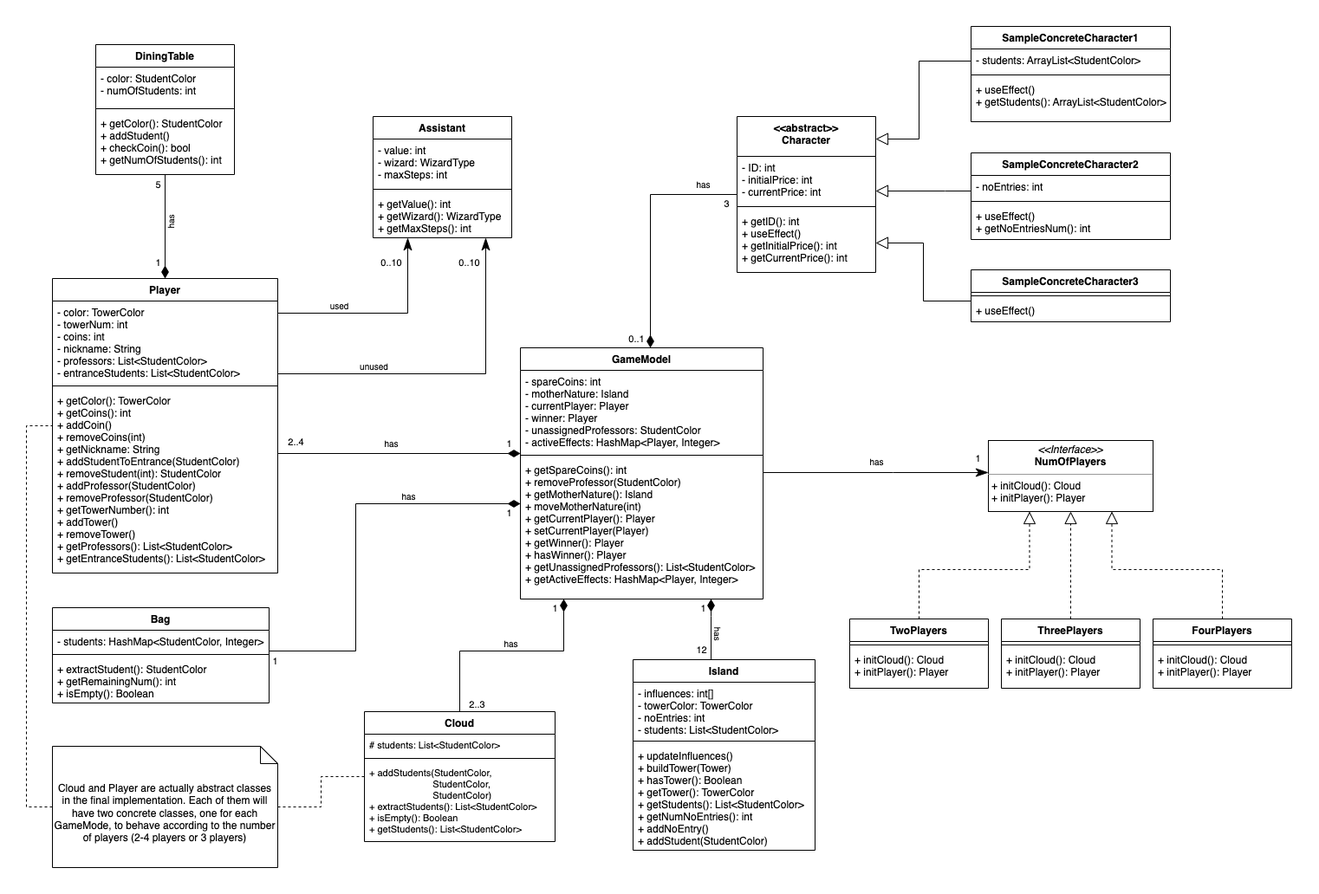
Earlier version of the draw.io export deliveries/initial_uml.png (Dodo0303/ing-sw-2022-Liu-Nobile-Paloscia). Source tidied: cells renumbered, new cells last; positions are measured from the earlier drawing's top-left corner, leaving out a move shared by most shapes.
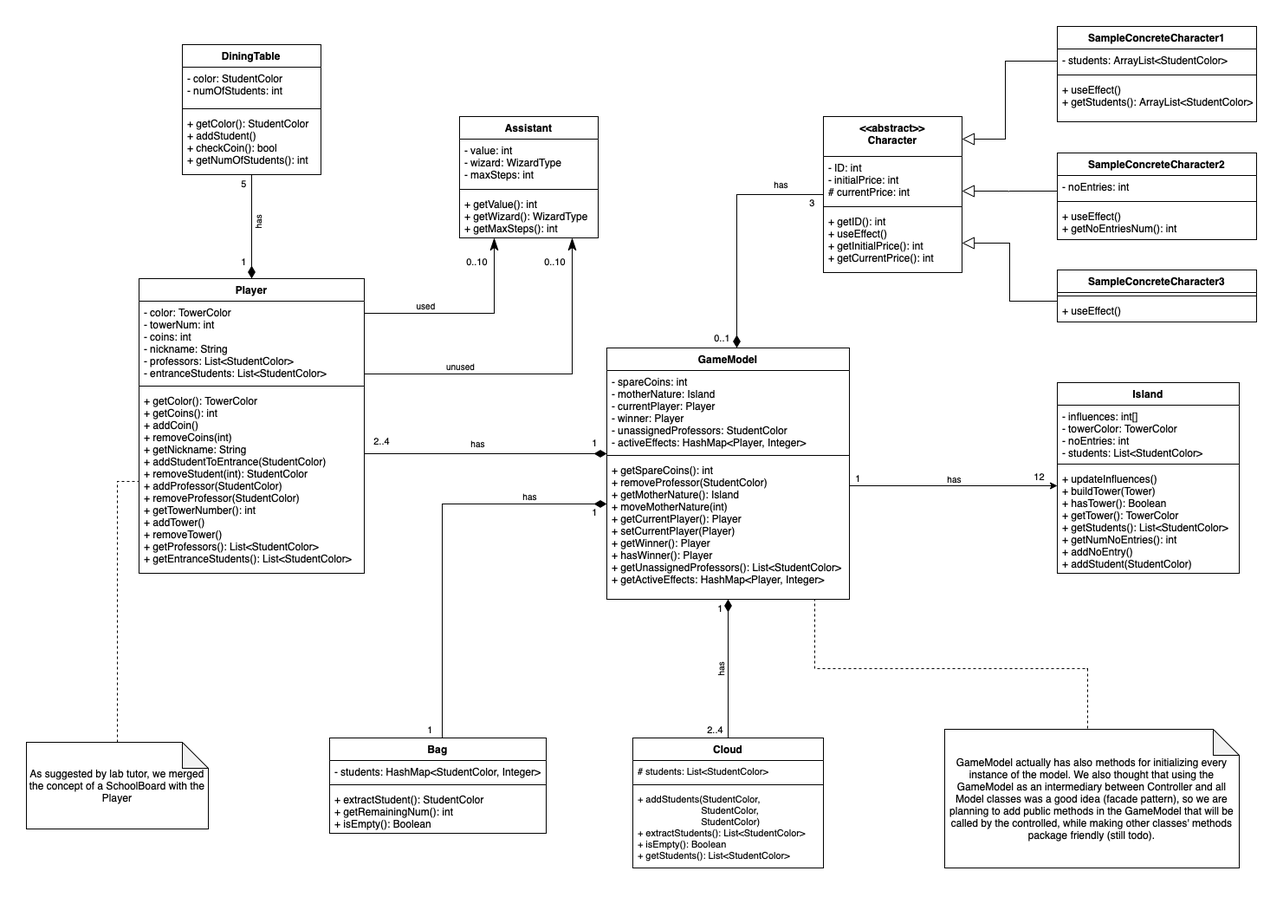
The same diagram one commit later.

Commit message:
Model UML updated to match the peer reviewed one.

The edit, as a diff of the source:
```diff
@@ -2,14 +2,6 @@
   <root>
     <mxCell id="0" />
     <mxCell id="1" parent="0" />
-    <mxCell id="2" style="edgeStyle=orthogonalEdgeStyle;rounded=0;jettySize=auto;html=1;fontSize=10;endArrow=classicThin;endFill=1;endSize=12;" parent="1" edge="1" source="3" target="35">
-      <mxGeometry relative="1" as="geometry">
-        <Array as="points">
-          <mxPoint x="1000" y="515" />
-          <mxPoint x="1000" y="515" />
-        </Array>
-      </mxGeometry>
-    </mxCell>
     <mxCell id="3" value="GameModel" style="swimlane;fontStyle=1;align=center;verticalAlign=top;horizontal=1;startSize=26;" parent="1" vertex="1">
       <mxGeometry x="570" y="371" width="280" height="290" as="geometry" />
     </mxCell>
@@ -22,16 +14,8 @@
     <mxCell id="6" value="+ getSpareCoins(): int&#10;+ removeProfessor(StudentColor)&#10;+ getMotherNature(): Island&#10;+ moveMotherNature(int)&#10;+ getCurrentPlayer(): Player&#10;+ setCurrentPlayer(Player)&#10;+ getWinner(): Player&#10;+ hasWinner(): Player&#10;+ getUnassignedProfessors(): List&lt;StudentColor&gt;&#10;+ getActiveEffects: HashMap&lt;Player, Integer&gt;" style="text;strokeColor=none;fillColor=none;align=left;verticalAlign=top;spacingLeft=4;spacingRight=4;overflow=hidden;" parent="3" vertex="1">
       <mxGeometry y="128" width="280" height="162" as="geometry" />
     </mxCell>
-    <mxCell id="7" style="edgeStyle=orthogonalEdgeStyle;rounded=0;jettySize=auto;html=1;exitX=0.5;exitY=0;exitDx=0;exitDy=0;strokeColor=default;endArrow=diamondThin;endFill=1;endSize=12;" parent="1" edge="1" source="8" target="3">
-      <mxGeometry relative="1" as="geometry">
-        <Array as="points">
-          <mxPoint x="790" y="681" />
-          <mxPoint x="790" y="681" />
-        </Array>
-      </mxGeometry>
-    </mxCell>
     <mxCell id="8" value="Island" style="swimlane;fontStyle=1;align=center;verticalAlign=top;horizontal=1;startSize=26;" parent="1" vertex="1">
-      <mxGeometry x="700" y="731" width="210" height="220" as="geometry" />
+      <mxGeometry x="1090" y="411" width="210" height="220" as="geometry" />
     </mxCell>
     <mxCell id="9" value="- influences: int[]&#10;- towerColor: TowerColor&#10;- noEntries: int&#10;- students: List&lt;StudentColor&gt;" style="text;strokeColor=none;fillColor=none;align=left;verticalAlign=top;spacingLeft=4;spacingRight=4;overflow=hidden;" parent="8" vertex="1">
       <mxGeometry y="26" width="210" height="64" as="geometry" />
@@ -45,14 +29,14 @@
     <mxCell id="12" style="edgeStyle=orthogonalEdgeStyle;rounded=0;jettySize=auto;html=1;endArrow=diamondThin;endFill=1;strokeColor=default;strokeWidth=1;endSize=12;" parent="1" edge="1" source="80" target="3">
       <mxGeometry relative="1" as="geometry">
         <Array as="points">
-          <mxPoint x="500" y="721" />
-          <mxPoint x="620" y="721" />
+          <mxPoint x="710" y="791" />
+          <mxPoint x="710" y="791" />
         </Array>
       </mxGeometry>
     </mxCell>
     <mxCell id="13" value="1" style="edgeLabel;html=1;align=center;verticalAlign=middle;" parent="12" vertex="1">
       <mxGeometry x="-0.15" y="1" relative="1" as="geometry">
-        <mxPoint x="73" y="-49" as="offset" />
+        <mxPoint x="-9" y="-82" as="offset" />
       </mxGeometry>
     </mxCell>
     <mxCell id="14" style="edgeStyle=orthogonalEdgeStyle;rounded=0;jettySize=auto;html=1;endArrow=classicThin;endFill=1;endSize=12;" parent="1" edge="1" source="15" target="24">
@@ -111,7 +95,7 @@
     <mxCell id="29" value="&lt;&lt;abstract&gt;&gt;&#10;Character" style="swimlane;fontStyle=1;align=center;verticalAlign=top;horizontal=1;startSize=46;" parent="1" vertex="1">
       <mxGeometry x="820" y="104" width="160" height="180" as="geometry" />
     </mxCell>
-    <mxCell id="30" value="- ID: int&#10;- initialPrice: int&#10;- currentPrice: int" style="text;strokeColor=none;fillColor=none;align=left;verticalAlign=top;spacingLeft=4;spacingRight=4;overflow=hidden;points=[[0,0.5],[1,0.5]];portConstraint=eastwest;" parent="29" vertex="1">
+    <mxCell id="30" value="- ID: int&#10;- initialPrice: int&#10;# currentPrice: int" style="text;strokeColor=none;fillColor=none;align=left;verticalAlign=top;spacingLeft=4;spacingRight=4;overflow=hidden;points=[[0,0.5],[1,0.5]];portConstraint=eastwest;" parent="29" vertex="1">
       <mxGeometry y="46" width="160" height="54" as="geometry" />
     </mxCell>
     <mxCell id="31" style="line;strokeWidth=1;fillColor=none;align=left;verticalAlign=middle;spacingTop=-1;spacingLeft=3;spacingRight=3;labelPosition=right;" parent="29" vertex="1">
@@ -137,33 +121,6 @@
         </Array>
       </mxGeometry>
     </mxCell>
-    <mxCell id="35" value="&lt;p style=&quot;margin: 0px ; margin-top: 4px ; text-align: center&quot;&gt;&lt;i&gt;&amp;lt;&amp;lt;Interface&amp;gt;&amp;gt;&lt;/i&gt;&lt;br&gt;&lt;b&gt;NumOfPlayers&lt;/b&gt;&lt;/p&gt;&lt;hr size=&quot;1&quot;&gt;&lt;p style=&quot;margin: 0px ; margin-left: 4px&quot;&gt;&lt;/p&gt;&lt;p style=&quot;margin: 0px ; margin-left: 4px&quot;&gt;+ initCloud(): Cloud&lt;/p&gt;&lt;p style=&quot;margin: 0px ; margin-left: 4px&quot;&gt;+ initPlayer(): Player&lt;/p&gt;" style="verticalAlign=top;align=left;overflow=fill;fontSize=12;fontFamily=Helvetica;html=1;" parent="1" vertex="1">
-      <mxGeometry x="1110" y="478" width="190" height="82" as="geometry" />
-    </mxCell>
-    <mxCell id="36" style="edgeStyle=orthogonalEdgeStyle;rounded=0;jettySize=auto;html=1;exitX=0.5;exitY=0;exitDx=0;exitDy=0;entryX=0.25;entryY=1;entryDx=0;entryDy=0;endArrow=block;endFill=0;strokeColor=default;strokeWidth=1;dashed=1;endSize=12;targetPerimeterSpacing=0;" parent="1" edge="1" source="37" target="35">
-      <mxGeometry relative="1" as="geometry" />
-    </mxCell>
-    <mxCell id="37" value="TwoPlayers" style="swimlane;fontStyle=1;align=center;verticalAlign=top;horizontal=1;startSize=26;" parent="1" vertex="1">
-      <mxGeometry x="950" y="684" width="160" height="80" as="geometry" />
-    </mxCell>
-    <mxCell id="38" style="line;strokeWidth=1;fillColor=none;align=left;verticalAlign=middle;spacingTop=-1;spacingLeft=3;spacingRight=3;labelPosition=right;" parent="37" vertex="1">
-      <mxGeometry y="26" width="160" height="8" as="geometry" />
-    </mxCell>
-    <mxCell id="39" value="+ initCloud(): Cloud&#10;+ initPlayer(): Player" style="text;strokeColor=none;fillColor=none;align=left;verticalAlign=top;spacingLeft=4;spacingRight=4;overflow=hidden;" parent="37" vertex="1">
-      <mxGeometry y="34" width="160" height="46" as="geometry" />
-    </mxCell>
-    <mxCell id="40" style="edgeStyle=orthogonalEdgeStyle;rounded=0;jettySize=auto;html=1;exitX=0.5;exitY=0;exitDx=0;exitDy=0;entryX=0.75;entryY=1;entryDx=0;entryDy=0;endArrow=block;endFill=0;strokeColor=default;strokeWidth=1;dashed=1;endSize=12;" parent="1" edge="1" source="41" target="35">
-      <mxGeometry relative="1" as="geometry" />
-    </mxCell>
-    <mxCell id="41" value="FourPlayers" style="swimlane;fontStyle=1;align=center;verticalAlign=top;horizontal=1;startSize=26;" parent="1" vertex="1">
-      <mxGeometry x="1300" y="684" width="160" height="80" as="geometry" />
-    </mxCell>
-    <mxCell id="42" style="line;strokeWidth=1;fillColor=none;align=left;verticalAlign=middle;spacingTop=-1;spacingLeft=3;spacingRight=3;labelPosition=right;" parent="41" vertex="1">
-      <mxGeometry y="26" width="160" height="8" as="geometry" />
-    </mxCell>
-    <mxCell id="43" value="+ initCloud(): Cloud&#10;+ initPlayer(): Player" style="text;strokeColor=none;fillColor=none;align=left;verticalAlign=top;spacingLeft=4;spacingRight=4;overflow=hidden;" parent="41" vertex="1">
-      <mxGeometry y="34" width="160" height="46" as="geometry" />
-    </mxCell>
     <mxCell id="44" style="edgeStyle=orthogonalEdgeStyle;rounded=0;jettySize=auto;html=1;endArrow=block;endFill=0;strokeColor=default;strokeWidth=1;endSize=12;" parent="1" edge="1" source="45" target="29">
       <mxGeometry relative="1" as="geometry">
         <Array as="points">
@@ -184,18 +141,18 @@
     <mxCell id="48" value="+ useEffect()&#10;+ getStudents(): ArrayList&lt;StudentColor&gt;" style="text;strokeColor=none;fillColor=none;align=left;verticalAlign=top;spacingLeft=4;spacingRight=4;overflow=hidden;" parent="45" vertex="1">
       <mxGeometry y="60" width="230" height="50" as="geometry" />
     </mxCell>
-    <mxCell id="49" value="2..3" style="edgeLabel;html=1;align=center;verticalAlign=middle;" parent="1" vertex="1">
-      <mxGeometry x="520" y="781" as="geometry">
-        <mxPoint x="-1" y="1" as="offset" />
+    <mxCell id="49" value="2..4" style="edgeLabel;html=1;align=center;verticalAlign=middle;" parent="1" vertex="1">
+      <mxGeometry x="700" y="811" as="geometry">
+        <mxPoint x="-5" as="offset" />
       </mxGeometry>
     </mxCell>
     <mxCell id="50" value="12" style="edgeLabel;html=1;align=center;verticalAlign=middle;" parent="1" vertex="1">
-      <mxGeometry x="780" y="721" as="geometry">
+      <mxGeometry x="1070" y="521" as="geometry">
         <mxPoint x="-2" y="-2" as="offset" />
       </mxGeometry>
     </mxCell>
     <mxCell id="51" value="1" style="edgeLabel;html=1;align=center;verticalAlign=middle;" parent="1" vertex="1">
-      <mxGeometry x="780" y="671" as="geometry" />
+      <mxGeometry x="860" y="521" as="geometry" />
     </mxCell>
     <mxCell id="52" value="1" style="edgeLabel;html=1;align=center;verticalAlign=middle;" parent="1" vertex="1">
       <mxGeometry x="155" y="271" as="geometry">
@@ -208,7 +165,7 @@
       </mxGeometry>
     </mxCell>
     <mxCell id="54" value="1" style="edgeLabel;html=1;align=center;verticalAlign=middle;" parent="1" vertex="1">
-      <mxGeometry x="290" y="731" as="geometry">
+      <mxGeometry x="370" y="811" as="geometry">
         <mxPoint x="-4" y="1" as="offset" />
       </mxGeometry>
     </mxCell>
@@ -284,11 +241,6 @@
     <mxCell id="70" value="+ useEffect()" style="text;strokeColor=none;fillColor=none;align=left;verticalAlign=top;spacingLeft=4;spacingRight=4;overflow=hidden;" parent="68" vertex="1">
       <mxGeometry y="34" width="230" height="26" as="geometry" />
     </mxCell>
-    <mxCell id="71" value="1" style="edgeLabel;html=1;align=center;verticalAlign=middle;fontSize=11;" parent="1" vertex="1">
-      <mxGeometry x="1100" y="501" as="geometry">
-        <mxPoint x="-3" y="-3" as="offset" />
-      </mxGeometry>
-    </mxCell>
     <mxCell id="72" value="used" style="edgeLabel;html=1;align=center;verticalAlign=middle;fontSize=10;" parent="1" vertex="1">
       <mxGeometry x="360" y="321" as="geometry" />
     </mxCell>
@@ -299,18 +251,18 @@
       <mxGeometry x="420" y="480" as="geometry" />
     </mxCell>
     <mxCell id="75" value="has" style="edgeLabel;html=1;align=center;verticalAlign=middle;fontSize=10;" parent="1" vertex="1">
-      <mxGeometry x="440" y="541" as="geometry" />
+      <mxGeometry x="480" y="541" as="geometry" />
     </mxCell>
-    <mxCell id="76" value="has" style="edgeLabel;html=1;align=center;verticalAlign=middle;fontSize=10;rotation=0;" parent="1" vertex="1">
-      <mxGeometry x="560" y="710" as="geometry">
+    <mxCell id="76" value="has" style="edgeLabel;html=1;align=center;verticalAlign=middle;fontSize=10;rotation=-91;" parent="1" vertex="1">
+      <mxGeometry x="700" y="741" as="geometry">
         <mxPoint x="-2" y="1" as="offset" />
       </mxGeometry>
     </mxCell>
-    <mxCell id="77" value="has" style="edgeLabel;html=1;align=center;verticalAlign=middle;fontSize=10;rotation=90;" parent="1" vertex="1">
-      <mxGeometry x="800" y="701" as="geometry" />
+    <mxCell id="77" value="has" style="edgeLabel;html=1;align=center;verticalAlign=middle;fontSize=10;rotation=0;" parent="1" vertex="1">
+      <mxGeometry x="970" y="521" as="geometry" />
     </mxCell>
     <mxCell id="78" value="has" style="edgeLabel;html=1;align=center;verticalAlign=middle;fontSize=10;" parent="1" vertex="1">
-      <mxGeometry x="780" y="181" as="geometry" />
+      <mxGeometry x="770" y="181" as="geometry" />
     </mxCell>
     <mxCell id="79" value="has" style="edgeLabel;html=1;align=center;verticalAlign=middle;fontSize=10;rotation=-90;" parent="1" vertex="1">
       <mxGeometry x="170" y="221" as="geometry">
@@ -318,7 +270,7 @@
       </mxGeometry>
     </mxCell>
     <mxCell id="80" value="Cloud" style="swimlane;fontStyle=1;align=center;verticalAlign=top;horizontal=1;startSize=26;" parent="1" vertex="1">
-      <mxGeometry x="390" y="791" width="220" height="150" as="geometry" />
+      <mxGeometry x="600" y="821" width="220" height="150" as="geometry" />
     </mxCell>
     <mxCell id="81" value="# students: List&lt;StudentColor&gt;" style="text;strokeColor=none;fillColor=none;align=left;verticalAlign=top;spacingLeft=4;spacingRight=4;overflow=hidden;fontSize=11;" parent="80" vertex="1">
       <mxGeometry y="26" width="220" height="24" as="geometry" />
@@ -330,7 +282,7 @@
       <mxGeometry y="58" width="220" height="92" as="geometry" />
     </mxCell>
     <mxCell id="84" value="Bag" style="swimlane;fontStyle=1;align=center;verticalAlign=top;horizontal=1;startSize=26;" parent="1" vertex="1">
-      <mxGeometry x="30" y="671" width="250" height="110" as="geometry" />
+      <mxGeometry x="250" y="821" width="250" height="110" as="geometry" />
     </mxCell>
     <mxCell id="85" value="- students: HashMap&lt;StudentColor, Integer&gt;" style="text;strokeColor=none;fillColor=none;align=left;verticalAlign=top;spacingLeft=4;spacingRight=4;overflow=hidden;" parent="84" vertex="1">
       <mxGeometry y="26" width="250" height="24" as="geometry" />
@@ -349,34 +301,35 @@
         </Array>
       </mxGeometry>
     </mxCell>
-    <mxCell id="89" style="edgeStyle=orthogonalEdgeStyle;rounded=0;jettySize=auto;html=1;endArrow=none;endFill=0;endSize=12;targetPerimeterSpacing=0;strokeWidth=1;dashed=1;" parent="1" edge="1" source="91" target="80">
-      <mxGeometry relative="1" as="geometry" />
-    </mxCell>
-    <mxCell id="90" style="edgeStyle=orthogonalEdgeStyle;rounded=0;jettySize=auto;html=1;exitX=0;exitY=0.5;exitDx=0;exitDy=0;exitPerimeter=0;dashed=1;endArrow=none;endFill=0;endSize=12;targetPerimeterSpacing=0;strokeWidth=1;" parent="1" edge="1" source="91" target="15">
-      <mxGeometry relative="1" as="geometry">
-        <Array as="points">
-          <mxPoint y="901" />
-          <mxPoint y="461" />
-        </Array>
-      </mxGeometry>
-    </mxCell>
-    <mxCell id="91" value="&lt;br&gt;Cloud and Player are actually abstract classes in the final implementation. Each of them will have two concrete classes, one for each GameMode, to behave according to the number of players&amp;nbsp;(2-4 players or 3 players)" style="shape=note;size=20;whiteSpace=wrap;html=1;" parent="1" vertex="1">
-      <mxGeometry x="30" y="831" width="260" height="140" as="geometry" />
-    </mxCell>
-    <mxCell id="92" value="has" style="edgeLabel;html=1;align=center;verticalAlign=middle;fontSize=10;" parent="1" vertex="1">
-      <mxGeometry x="980" y="501" as="geometry" />
-    </mxCell>
-    <mxCell id="93" style="edgeStyle=orthogonalEdgeStyle;rounded=0;jettySize=auto;html=1;exitX=0.5;exitY=0;exitDx=0;exitDy=0;endArrow=block;endFill=0;dashed=1;endSize=12;" parent="1" edge="1" source="94" target="35">
-      <mxGeometry relative="1" as="geometry" />
-    </mxCell>
-    <mxCell id="94" value="ThreePlayers" style="swimlane;fontStyle=1;align=center;verticalAlign=top;horizontal=1;startSize=26;" parent="1" vertex="1">
-      <mxGeometry x="1125" y="684" width="160" height="80" as="geometry" />
-    </mxCell>
-    <mxCell id="95" style="line;strokeWidth=1;fillColor=none;align=left;verticalAlign=middle;spacingTop=-1;spacingLeft=3;spacingRight=3;labelPosition=right;" parent="94" vertex="1">
-      <mxGeometry y="26" width="160" height="8" as="geometry" />
-    </mxCell>
-    <mxCell id="96" value="+ initCloud(): Cloud&#10;+ initPlayer(): Player" style="text;strokeColor=none;fillColor=none;align=left;verticalAlign=top;spacingLeft=4;spacingRight=4;overflow=hidden;" parent="94" vertex="1">
-      <mxGeometry y="34" width="160" height="46" as="geometry" />
-    </mxCell>
+    <mxCell id="97" style="edgeStyle=orthogonalEdgeStyle;rounded=0;jettySize=auto;html=1;exitX=1;exitY=0.5;exitDx=0;exitDy=0;" parent="1" edge="1" target="8">
+      <mxGeometry relative="1" as="geometry">
+        <mxPoint x="850" y="530" as="sourcePoint" />
+        <Array as="points">
+          <mxPoint x="990" y="530" />
+          <mxPoint x="990" y="530" />
+        </Array>
+      </mxGeometry>
+    </mxCell>
+    <mxCell id="98" style="edgeStyle=orthogonalEdgeStyle;rounded=0;jettySize=auto;html=1;exitX=0.5;exitY=0;exitDx=0;exitDy=0;exitPerimeter=0;endArrow=none;endFill=0;dashed=1;" parent="1" edge="1" source="99" target="18">
+      <mxGeometry relative="1" as="geometry">
+        <Array as="points">
+          <mxPoint x="5" y="525" />
+        </Array>
+      </mxGeometry>
+    </mxCell>
+    <mxCell id="99" value="As suggested by lab tutor, we merged the concept of a SchoolBoard with the Player" style="shape=note;whiteSpace=wrap;html=1;backgroundOutline=1;darkOpacity=0.05;" parent="1" vertex="1">
+      <mxGeometry x="-100" y="826" width="210" height="100" as="geometry" />
+    </mxCell>
+    <mxCell id="100" style="edgeStyle=orthogonalEdgeStyle;rounded=0;jettySize=auto;html=1;exitX=0.5;exitY=0;exitDx=0;exitDy=0;exitPerimeter=0;dashed=1;endArrow=none;endFill=0;" parent="1" edge="1" source="101" target="3">
+      <mxGeometry relative="1" as="geometry">
+        <Array as="points">
+          <mxPoint x="1125" y="741" />
+          <mxPoint x="810" y="741" />
+        </Array>
+      </mxGeometry>
+    </mxCell>
+    <mxCell id="101" value="GameModel actually has also methods for initializing every instance of the model. We also thought that using the GameModel as an intermediary between Controller and all Model classes was a good idea (facade pattern), so we are planning to add public methods in the GameModel that will be called by the controlled, while making other classes' methods package friendly (still todo)." style="shape=note;whiteSpace=wrap;html=1;backgroundOutline=1;darkOpacity=0.05;" parent="1" vertex="1">
+      <mxGeometry x="960" y="811" width="340" height="160" as="geometry" />
+    </mxCell>
   </root>
 </mxGraphModel>
```
